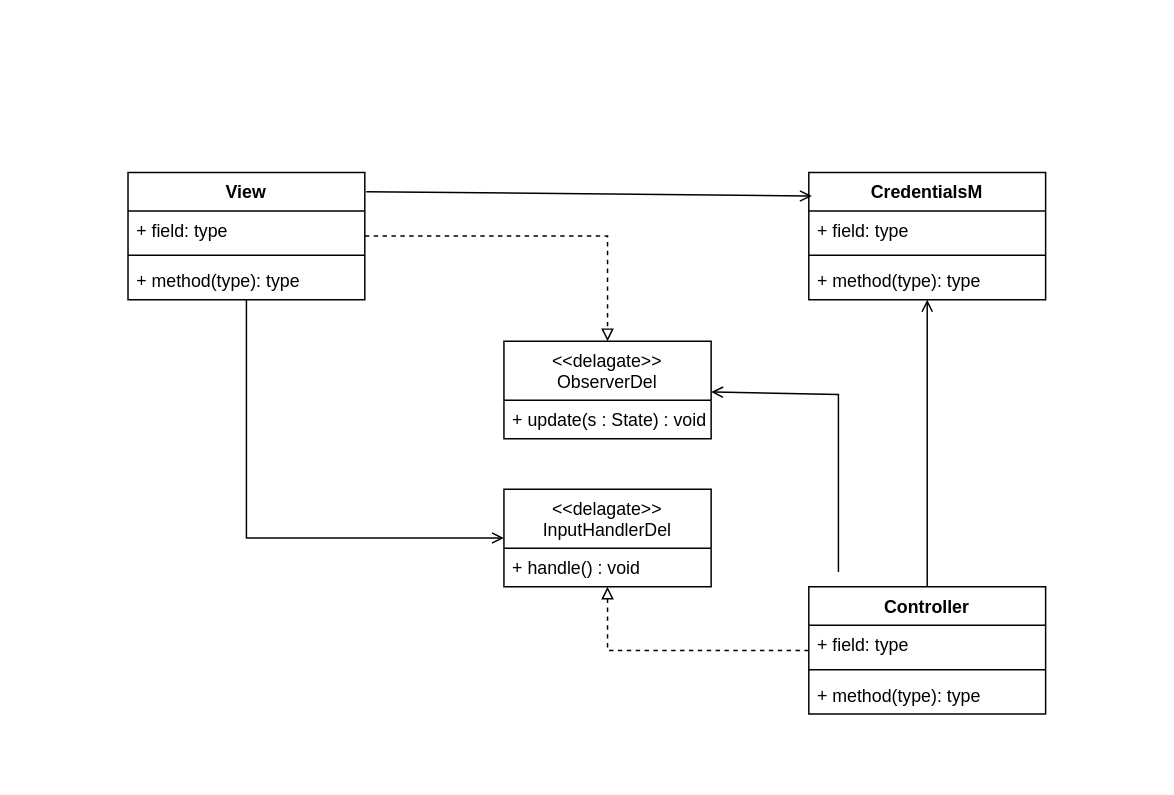
sammcanany/drawio keeps this draw.io diagram as page "Page-1" (1 of 2) of Lab2.drawio. Above is the earlier version. Source tidied: cells renumbered, new cells numbered last; positions are measured from the earlier drawing's top-left corner, leaving out a move shared by most shapes. Both pictures are drawn from the tidied source at 148%, with x=0, y=0 at pixel (127, 172).
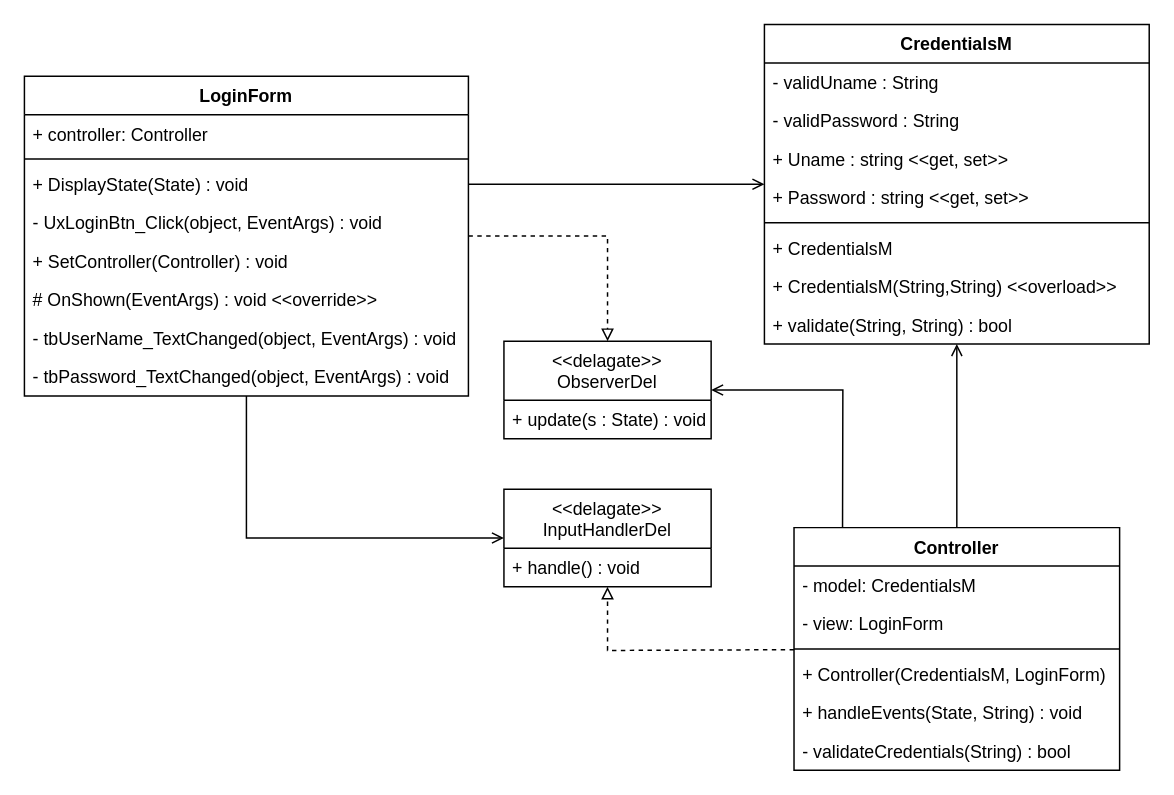
The same page after the edit.

The change refers to these unchanged cells:
```xml
<mxCell id="14" value="&lt;&lt;delagate&gt;&gt;&#10;ObserverDel" style="swimlane;fontStyle=0;horizontal=1;startSize=40;fillColor=none;" parent="1" vertex="1">
  <mxGeometry x="254" y="114" width="140" height="66" as="geometry" />
</mxCell>
<mxCell id="16" value="&lt;&lt;delagate&gt;&gt;&#10;InputHandlerDel" style="swimlane;fontStyle=0;horizontal=1;startSize=40;fillColor=none;" parent="1" vertex="1">
  <mxGeometry x="254" y="214" width="140" height="66" as="geometry" />
</mxCell>
```

Diff of the diagram source:
```diff
@@
-    <mxCell id="2" value="View" style="swimlane;fontStyle=1;align=center;verticalAlign=top;horizontal=1;startSize=26;" parent="1" vertex="1">
-      <mxGeometry width="160" height="86" as="geometry" />
-    </mxCell>
-    <mxCell id="3" value="+ field: type" style="text;strokeColor=none;fillColor=none;align=left;verticalAlign=top;spacingLeft=4;spacingRight=4;overflow=hidden;" parent="2" vertex="1">
-      <mxGeometry y="26" width="160" height="26" as="geometry" />
-    </mxCell>
-    <mxCell id="4" style="line;strokeWidth=1;fillColor=none;align=left;verticalAlign=middle;spacingTop=-1;spacingLeft=3;spacingRight=3;labelPosition=right;strokeColor=inherit;" parent="2" vertex="1">
-      <mxGeometry y="52" width="160" height="8" as="geometry" />
-    </mxCell>
-    <mxCell id="5" value="+ method(type): type" style="text;strokeColor=none;fillColor=none;align=left;verticalAlign=top;spacingLeft=4;spacingRight=4;overflow=hidden;" parent="2" vertex="1">
-      <mxGeometry y="60" width="160" height="26" as="geometry" />
-    </mxCell>
-    <mxCell id="6" value="CredentialsM" style="swimlane;fontStyle=1;align=center;verticalAlign=top;horizontal=1;startSize=26;" parent="1" vertex="1">
-      <mxGeometry x="460" width="160" height="86" as="geometry" />
-    </mxCell>
-    <mxCell id="7" value="+ field: type" style="text;strokeColor=none;fillColor=none;align=left;verticalAlign=top;spacingLeft=4;spacingRight=4;overflow=hidden;" parent="6" vertex="1">
-      <mxGeometry y="26" width="160" height="26" as="geometry" />
-    </mxCell>
-    <mxCell id="8" style="line;strokeWidth=1;fillColor=none;align=left;verticalAlign=middle;spacingTop=-1;spacingLeft=3;spacingRight=3;labelPosition=right;strokeColor=inherit;" parent="6" vertex="1">
-      <mxGeometry y="52" width="160" height="8" as="geometry" />
-    </mxCell>
-    <mxCell id="9" value="+ method(type): type" style="text;strokeColor=none;fillColor=none;align=left;verticalAlign=top;spacingLeft=4;spacingRight=4;overflow=hidden;" parent="6" vertex="1">
-      <mxGeometry y="60" width="160" height="26" as="geometry" />
-    </mxCell>
-    <mxCell id="10" value="Controller" style="swimlane;fontStyle=1;align=center;verticalAlign=top;horizontal=1;startSize=26;" parent="1" vertex="1">
-      <mxGeometry x="460" y="280" width="160" height="86" as="geometry" />
-    </mxCell>
-    <mxCell id="11" value="+ field: type" style="text;strokeColor=none;fillColor=none;align=left;verticalAlign=top;spacingLeft=4;spacingRight=4;overflow=hidden;" parent="10" vertex="1">
-      <mxGeometry y="26" width="160" height="26" as="geometry" />
-    </mxCell>
-    <mxCell id="12" style="line;strokeWidth=1;fillColor=none;align=left;verticalAlign=middle;spacingTop=-1;spacingLeft=3;spacingRight=3;labelPosition=right;strokeColor=inherit;" parent="10" vertex="1">
-      <mxGeometry y="52" width="160" height="8" as="geometry" />
-    </mxCell>
-    <mxCell id="13" value="+ method(type): type" style="text;strokeColor=none;fillColor=none;align=left;verticalAlign=top;spacingLeft=4;spacingRight=4;overflow=hidden;" parent="10" vertex="1">
-      <mxGeometry y="60" width="160" height="26" as="geometry" />
-    </mxCell>
@@
-    <mxCell id="18" style="endArrow=open;html=1;rounded=0;exitX=0.5;exitY=0;exitDx=0;exitDy=0;endFill=0;" parent="1" edge="1" source="10" target="6">
+    <mxCell id="18" style="endArrow=open;html=1;rounded=0;endFill=0;" parent="1" edge="1" source="10" target="6">
       <mxGeometry relative="1" as="geometry" />
     </mxCell>
-    <mxCell id="19" style="endArrow=block;html=1;rounded=0;dashed=1;endFill=0;" parent="1" edge="1" source="2" target="14">
+    <mxCell id="19" style="endArrow=block;html=1;rounded=0;dashed=1;endFill=0;" parent="1" edge="1" source="24" target="14">
       <mxGeometry relative="1" as="geometry">
         <Array as="points">
           <mxPoint x="324" y="43" />
         </Array>
       </mxGeometry>
     </mxCell>
-    <mxCell id="20" style="endArrow=open;html=1;rounded=0;endFill=0;" parent="1" edge="1" target="14">
+    <mxCell id="20" style="endArrow=open;html=1;rounded=0;endFill=0;exitX=0.149;exitY=0.002;exitDx=0;exitDy=0;exitPerimeter=0;" parent="1" edge="1" source="10" target="14">
       <mxGeometry relative="1" as="geometry">
-        <mxPoint x="480" y="270" as="sourcePoint" />
         <Array as="points">
-          <mxPoint x="480" y="150" />
+          <mxPoint x="483" y="147" />
         </Array>
       </mxGeometry>
     </mxCell>
-    <mxCell id="21" style="endArrow=open;html=1;rounded=0;endFill=0;" parent="1" edge="1" source="2" target="16">
+    <mxCell id="21" style="endArrow=open;html=1;rounded=0;endFill=0;" parent="1" edge="1" source="24" target="16">
       <mxGeometry relative="1" as="geometry">
         <Array as="points">
           <mxPoint x="80" y="247" />
         </Array>
       </mxGeometry>
     </mxCell>
@@
-    <mxCell id="23" style="endArrow=open;html=1;rounded=0;exitX=1.006;exitY=0.151;exitDx=0;exitDy=0;exitPerimeter=0;entryX=0.013;entryY=0.186;entryDx=0;entryDy=0;entryPerimeter=0;endFill=0;" parent="1" edge="1" source="2" target="6">
+    <mxCell id="23" style="endArrow=open;html=1;rounded=0;endFill=0;" parent="1" edge="1" source="27" target="6">
       <mxGeometry relative="1" as="geometry" />
     </mxCell>
+    <mxCell id="24" value="LoginForm" style="swimlane;fontStyle=1;align=center;verticalAlign=top;horizontal=1;startSize=26;" parent="1" vertex="1">
+      <mxGeometry x="-70" y="-65" width="300" height="216" as="geometry" />
+    </mxCell>
+    <mxCell id="25" value="+ controller: Controller" style="text;strokeColor=none;fillColor=none;align=left;verticalAlign=top;spacingLeft=4;spacingRight=4;overflow=hidden;" parent="24" vertex="1">
+      <mxGeometry y="26" width="300" height="26" as="geometry" />
+    </mxCell>
+    <mxCell id="26" style="line;strokeWidth=1;fillColor=none;align=left;verticalAlign=middle;spacingTop=-1;spacingLeft=3;spacingRight=3;labelPosition=right;strokeColor=inherit;" parent="24" vertex="1">
+      <mxGeometry y="52" width="300" height="8" as="geometry" />
+    </mxCell>
+    <mxCell id="27" value="+ DisplayState(State) : void" style="text;strokeColor=none;fillColor=none;align=left;verticalAlign=top;spacingLeft=4;spacingRight=4;overflow=hidden;points=[[0,0.5],[1,0.5]];portConstraint=eastwest;" parent="24" vertex="1">
+      <mxGeometry y="60" width="300" height="26" as="geometry" />
+    </mxCell>
+    <mxCell id="28" value="- UxLoginBtn_Click(object, EventArgs) : void" style="text;strokeColor=none;fillColor=none;align=left;verticalAlign=top;spacingLeft=4;spacingRight=4;overflow=hidden;" parent="24" vertex="1">
+      <mxGeometry y="86" width="300" height="26" as="geometry" />
+    </mxCell>
+    <mxCell id="29" value="+ SetController(Controller) : void" style="text;strokeColor=none;fillColor=none;align=left;verticalAlign=top;spacingLeft=4;spacingRight=4;overflow=hidden;" parent="24" vertex="1">
+      <mxGeometry y="112" width="300" height="26" as="geometry" />
+    </mxCell>
+    <mxCell id="30" value="# OnShown(EventArgs) : void &lt;&lt;override&gt;&gt;" style="text;strokeColor=none;fillColor=none;align=left;verticalAlign=top;spacingLeft=4;spacingRight=4;overflow=hidden;" parent="24" vertex="1">
+      <mxGeometry y="138" width="300" height="26" as="geometry" />
+    </mxCell>
+    <mxCell id="31" value="- tbUserName_TextChanged(object, EventArgs) : void" style="text;strokeColor=none;fillColor=none;align=left;verticalAlign=top;spacingLeft=4;spacingRight=4;overflow=hidden;" parent="24" vertex="1">
+      <mxGeometry y="164" width="300" height="26" as="geometry" />
+    </mxCell>
+    <mxCell id="32" value="- tbPassword_TextChanged(object, EventArgs) : void" style="text;strokeColor=none;fillColor=none;align=left;verticalAlign=top;spacingLeft=4;spacingRight=4;overflow=hidden;" parent="24" vertex="1">
+      <mxGeometry y="190" width="300" height="26" as="geometry" />
+    </mxCell>
+    <mxCell id="6" value="CredentialsM" style="swimlane;fontStyle=1;align=center;verticalAlign=top;horizontal=1;startSize=26;" parent="1" vertex="1">
+      <mxGeometry x="430" y="-100" width="260" height="216" as="geometry" />
+    </mxCell>
+    <mxCell id="33" value="- validUname : String" style="text;strokeColor=none;fillColor=none;align=left;verticalAlign=top;spacingLeft=4;spacingRight=4;overflow=hidden;" parent="6" vertex="1">
+      <mxGeometry y="26" width="260" height="26" as="geometry" />
+    </mxCell>
+    <mxCell id="34" value="- validPassword : String" style="text;strokeColor=none;fillColor=none;align=left;verticalAlign=top;spacingLeft=4;spacingRight=4;overflow=hidden;" parent="6" vertex="1">
+      <mxGeometry y="52" width="260" height="26" as="geometry" />
+    </mxCell>
+    <mxCell id="35" value="+ Uname : string &lt;&lt;get, set&gt;&gt;" style="text;strokeColor=none;fillColor=none;align=left;verticalAlign=top;spacingLeft=4;spacingRight=4;overflow=hidden;" parent="6" vertex="1">
+      <mxGeometry y="78" width="260" height="26" as="geometry" />
+    </mxCell>
+    <mxCell id="36" value="+ Password : string &lt;&lt;get, set&gt;&gt;" style="text;strokeColor=none;fillColor=none;align=left;verticalAlign=top;spacingLeft=4;spacingRight=4;overflow=hidden;" parent="6" vertex="1">
+      <mxGeometry y="104" width="260" height="26" as="geometry" />
+    </mxCell>
+    <mxCell id="37" style="line;strokeWidth=1;fillColor=none;align=left;verticalAlign=middle;spacingTop=-1;spacingLeft=3;spacingRight=3;labelPosition=right;strokeColor=inherit;" parent="6" vertex="1">
+      <mxGeometry y="130" width="260" height="8" as="geometry" />
+    </mxCell>
+    <mxCell id="38" value="+ CredentialsM" style="text;strokeColor=none;fillColor=none;align=left;verticalAlign=top;spacingLeft=4;spacingRight=4;overflow=hidden;" parent="6" vertex="1">
+      <mxGeometry y="138" width="260" height="26" as="geometry" />
+    </mxCell>
+    <mxCell id="39" value="+ CredentialsM(String,String) &lt;&lt;overload&gt;&gt;" style="text;strokeColor=none;fillColor=none;align=left;verticalAlign=top;spacingLeft=4;spacingRight=4;overflow=hidden;" parent="6" vertex="1">
+      <mxGeometry y="164" width="260" height="26" as="geometry" />
+    </mxCell>
+    <mxCell id="40" value="+ validate(String, String) : bool" style="text;strokeColor=none;fillColor=none;align=left;verticalAlign=top;spacingLeft=4;spacingRight=4;overflow=hidden;" parent="6" vertex="1">
+      <mxGeometry y="190" width="260" height="26" as="geometry" />
+    </mxCell>
+    <mxCell id="10" value="Controller" style="swimlane;fontStyle=1;align=center;verticalAlign=top;horizontal=1;startSize=26;" parent="1" vertex="1">
+      <mxGeometry x="450" y="240" width="220" height="164" as="geometry" />
+    </mxCell>
+    <mxCell id="41" value="- model: CredentialsM" style="text;strokeColor=none;fillColor=none;align=left;verticalAlign=top;spacingLeft=4;spacingRight=4;overflow=hidden;" parent="10" vertex="1">
+      <mxGeometry y="26" width="220" height="26" as="geometry" />
+    </mxCell>
+    <mxCell id="42" value="- view: LoginForm" style="text;strokeColor=none;fillColor=none;align=left;verticalAlign=top;spacingLeft=4;spacingRight=4;overflow=hidden;" parent="10" vertex="1">
+      <mxGeometry y="52" width="220" height="26" as="geometry" />
+    </mxCell>
+    <mxCell id="43" style="line;strokeWidth=1;fillColor=none;align=left;verticalAlign=middle;spacingTop=-1;spacingLeft=3;spacingRight=3;labelPosition=right;strokeColor=inherit;" parent="10" vertex="1">
+      <mxGeometry y="78" width="220" height="8" as="geometry" />
+    </mxCell>
+    <mxCell id="44" value="+ Controller(CredentialsM, LoginForm)" style="text;strokeColor=none;fillColor=none;align=left;verticalAlign=top;spacingLeft=4;spacingRight=4;overflow=hidden;" parent="10" vertex="1">
+      <mxGeometry y="86" width="220" height="26" as="geometry" />
+    </mxCell>
+    <mxCell id="45" value="+ handleEvents(State, String) : void" style="text;strokeColor=none;fillColor=none;align=left;verticalAlign=top;spacingLeft=4;spacingRight=4;overflow=hidden;" parent="10" vertex="1">
+      <mxGeometry y="112" width="220" height="26" as="geometry" />
+    </mxCell>
+    <mxCell id="46" value="- validateCredentials(String) : bool" style="text;strokeColor=none;fillColor=none;align=left;verticalAlign=top;spacingLeft=4;spacingRight=4;overflow=hidden;" parent="10" vertex="1">
+      <mxGeometry y="138" width="220" height="26" as="geometry" />
+    </mxCell>
```
